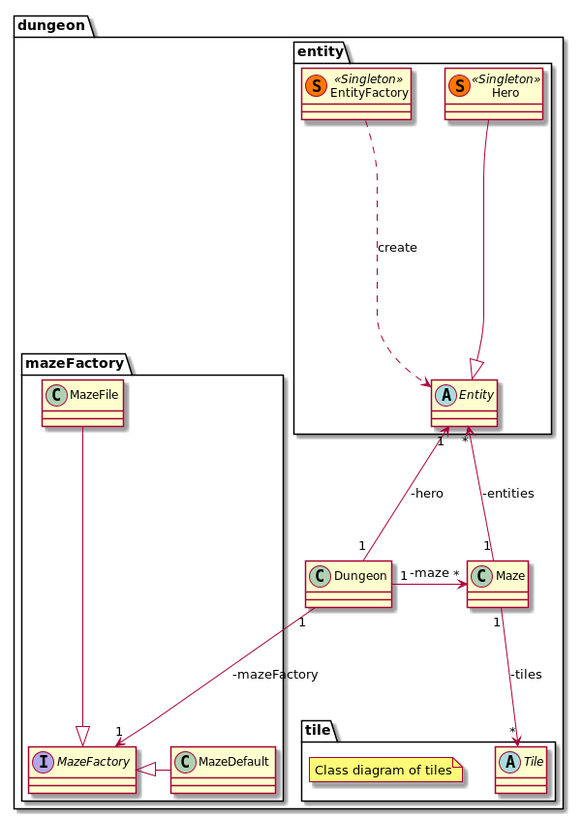
The PlantUML diagram doc/first_sprint/diagrams/class/global.png in Reynault/ACL_2019_Zelpop, before a commit.
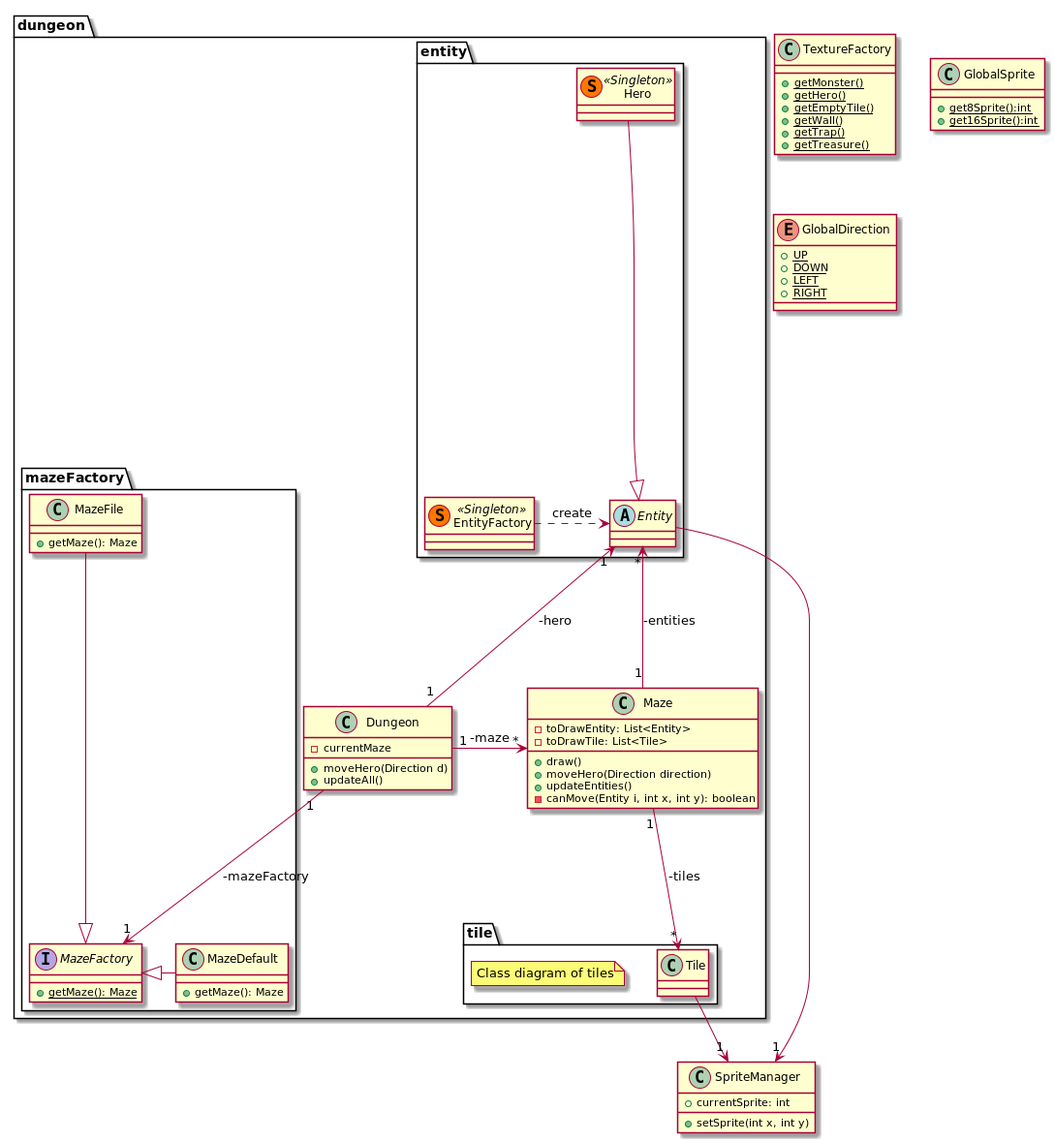
After the commit.

Commit message:
First Sprint : Update diagrams

Change to the diagram source:
```diff
@@ -3,17 +3,23 @@
 package dungeon{
 
     class Dungeon{
-
+        - currentMaze
+        + moveHero(Direction d)
+        + updateAll()
     }
 
     class Maze{
-
-
+        - toDrawEntity: List<Entity>
+        - toDrawTile: List<Tile>
+        + draw()
+        + moveHero(Direction direction)
+        + updateEntities()
+        - canMove(Entity i, int x, int y): boolean
     }
 
     package tile{
 
-        abstract Tile{
+        class Tile{
 
         }
 
@@ -40,19 +46,45 @@
     package mazeFactory{
 
         interface MazeFactory{
-
+            + {static}getMaze(): Maze
         }
 
         class MazeFile{
-
+            + getMaze(): Maze
         }
 
         class MazeDefault{
-
+            + getMaze(): Maze
         }
 
     }
 
+}
+
+class TextureFactory{
+    + {static}getMonster()
+    + {static}getHero()
+    + {static}getEmptyTile()
+    + {static}getWall()
+    + {static}getTrap()
+    + {static}getTreasure()
+}
+
+class SpriteManager{
+    + currentSprite: int
+    + setSprite(int x, int y)
+}
+
+class GlobalSprite{
+    + {static} get8Sprite():int
+    + {static} get16Sprite():int
+}
+
+enum GlobalDirection{
+    + {static} UP
+    + {static} DOWN
+    + {static} LEFT
+    + {static} RIGHT
 }
 
 MazeDefault -left-|> MazeFactory
@@ -61,11 +93,14 @@
 Maze "1" --> "*" Tile: -tiles
 Maze "1" -up-> "*" Entity: -entities
 
-EntityFactory ..> Entity : create
+EntityFactory .right.> Entity : create
 
 Hero --|> Entity
 Dungeon "1" --> "1" Entity : -hero
 
 MazeFile --|> MazeFactory
 
+Tile --> "1" SpriteManager
+Entity -right-> "1" SpriteManager
+
 @enduml
```
